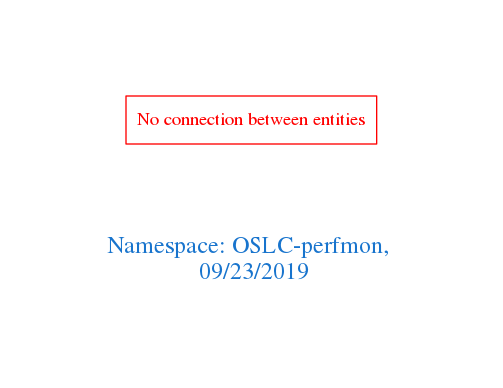
arago/OGIT keeps this Graphviz diagram as downloads/OSLC-perfmon.png. Above is the earlier version. Its source is kept beside it as downloads/OSLC-perfmon.dot.
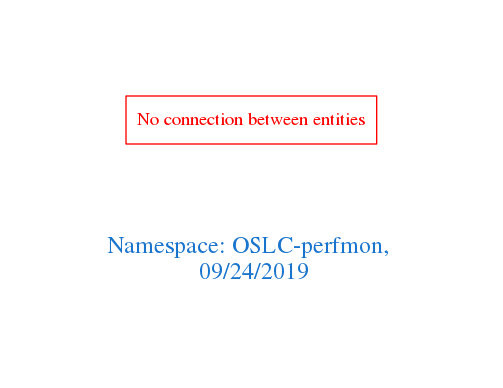
After the change.

Change to the diagram source:
```diff
@@ -1,7 +1,7 @@
 digraph OGIT_ontology {
  graph [ rankdir= LR,pad=1
 fontsize = 18,
-fontcolor= dodgerblue3,label = "\n\n\nNamespace: OSLC-perfmon, \n 09/23/2019"];
+fontcolor= dodgerblue3,label = "\n\n\nNamespace: OSLC-perfmon, \n 09/24/2019"];
 node[shape=polygon];
 edge [  color="gray81"];
 
```
